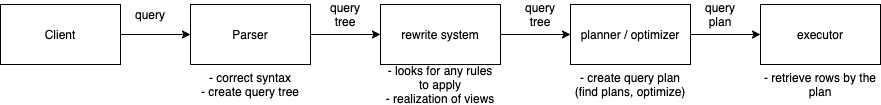
Above: Database/PostgreSQL/images/postgresql_path_of_a_query1.png in voidsatisfaction/TIL (draw.io), before the change. Source tidied: cells renumbered, new cells last; positions are measured from the earlier drawing's top-left corner, leaving out a move shared by most shapes. Source of this version:
```xml
<mxGraphModel>
  <root>
    <mxCell id="0" />
    <mxCell id="1" parent="0" />
    <mxCell id="2" style="edgeStyle=orthogonalEdgeStyle;rounded=0;jettySize=auto;html=1;" parent="1" edge="1" source="3" target="5">
      <mxGeometry relative="1" as="geometry" />
    </mxCell>
    <mxCell id="3" value="Client" style="rounded=0;whiteSpace=wrap;html=1;" parent="1" vertex="1">
      <mxGeometry width="120" height="60" as="geometry" />
    </mxCell>
    <mxCell id="4" style="edgeStyle=orthogonalEdgeStyle;rounded=0;jettySize=auto;html=1;" parent="1" edge="1" source="5" target="7">
      <mxGeometry relative="1" as="geometry" />
    </mxCell>
    <mxCell id="5" value="Parser" style="rounded=0;whiteSpace=wrap;html=1;" parent="1" vertex="1">
      <mxGeometry x="190" width="120" height="60" as="geometry" />
    </mxCell>
    <mxCell id="6" style="edgeStyle=orthogonalEdgeStyle;rounded=0;jettySize=auto;html=1;" parent="1" edge="1" source="7" target="9">
      <mxGeometry relative="1" as="geometry" />
    </mxCell>
    <mxCell id="7" value="rewrite system" style="rounded=0;whiteSpace=wrap;html=1;" parent="1" vertex="1">
      <mxGeometry x="380" width="120" height="60" as="geometry" />
    </mxCell>
    <mxCell id="8" style="edgeStyle=orthogonalEdgeStyle;rounded=0;jettySize=auto;html=1;" parent="1" edge="1" source="9" target="10">
      <mxGeometry relative="1" as="geometry" />
    </mxCell>
    <mxCell id="9" value="planner / optimizer" style="rounded=0;whiteSpace=wrap;html=1;" parent="1" vertex="1">
      <mxGeometry x="570" width="120" height="60" as="geometry" />
    </mxCell>
    <mxCell id="10" value="executor" style="rounded=0;whiteSpace=wrap;html=1;" parent="1" vertex="1">
      <mxGeometry x="760" width="120" height="60" as="geometry" />
    </mxCell>
    <mxCell id="11" value="query" style="text;html=1;strokeColor=none;fillColor=none;align=center;verticalAlign=middle;whiteSpace=wrap;rounded=0;" parent="1" vertex="1">
      <mxGeometry x="130" width="40" height="20" as="geometry" />
    </mxCell>
    <mxCell id="12" value="query tree" style="text;html=1;strokeColor=none;fillColor=none;align=center;verticalAlign=middle;whiteSpace=wrap;rounded=0;" parent="1" vertex="1">
      <mxGeometry x="325" width="40" height="20" as="geometry" />
    </mxCell>
    <mxCell id="13" value="query tree" style="text;html=1;strokeColor=none;fillColor=none;align=center;verticalAlign=middle;whiteSpace=wrap;rounded=0;" parent="1" vertex="1">
      <mxGeometry x="520" width="40" height="20" as="geometry" />
    </mxCell>
    <mxCell id="14" value="query&lt;br&gt;plan" style="text;html=1;strokeColor=none;fillColor=none;align=center;verticalAlign=middle;whiteSpace=wrap;rounded=0;" parent="1" vertex="1">
      <mxGeometry x="700" width="40" height="20" as="geometry" />
    </mxCell>
    <mxCell id="15" value="- correct syntax&lt;br&gt;- create query tree" style="text;html=1;strokeColor=none;fillColor=none;align=center;verticalAlign=middle;whiteSpace=wrap;rounded=0;" parent="1" vertex="1">
      <mxGeometry x="190" y="70" width="120" height="20" as="geometry" />
    </mxCell>
    <mxCell id="16" value="- looks for any rules to apply&lt;br&gt;- realization of views" style="text;html=1;strokeColor=none;fillColor=none;align=center;verticalAlign=middle;whiteSpace=wrap;rounded=0;" parent="1" vertex="1">
      <mxGeometry x="380" y="70" width="120" height="20" as="geometry" />
    </mxCell>
    <mxCell id="17" value="- create query plan&lt;br&gt;(find plans, optimize)" style="text;html=1;strokeColor=none;fillColor=none;align=center;verticalAlign=middle;whiteSpace=wrap;rounded=0;" parent="1" vertex="1">
      <mxGeometry x="570" y="70" width="120" height="20" as="geometry" />
    </mxCell>
    <mxCell id="18" value="- retrieve rows by the plan" style="text;html=1;strokeColor=none;fillColor=none;align=center;verticalAlign=middle;whiteSpace=wrap;rounded=0;" parent="1" vertex="1">
      <mxGeometry x="760" y="70" width="120" height="20" as="geometry" />
    </mxCell>
  </root>
</mxGraphModel>
```
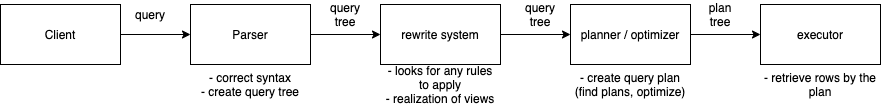
The same diagram one commit later.

Commit message:
database: change path of a query diagram

Diff of the diagram source:
```diff
@@ -38,7 +38,7 @@
     <mxCell id="13" value="query tree" style="text;html=1;strokeColor=none;fillColor=none;align=center;verticalAlign=middle;whiteSpace=wrap;rounded=0;" parent="1" vertex="1">
       <mxGeometry x="520" width="40" height="20" as="geometry" />
     </mxCell>
-    <mxCell id="14" value="query&lt;br&gt;plan" style="text;html=1;strokeColor=none;fillColor=none;align=center;verticalAlign=middle;whiteSpace=wrap;rounded=0;" parent="1" vertex="1">
+    <mxCell id="14" value="plan&lt;br&gt;tree" style="text;html=1;strokeColor=none;fillColor=none;align=center;verticalAlign=middle;whiteSpace=wrap;rounded=0;" parent="1" vertex="1">
       <mxGeometry x="700" width="40" height="20" as="geometry" />
     </mxCell>
     <mxCell id="15" value="- correct syntax&lt;br&gt;- create query tree" style="text;html=1;strokeColor=none;fillColor=none;align=center;verticalAlign=middle;whiteSpace=wrap;rounded=0;" parent="1" vertex="1">
```
